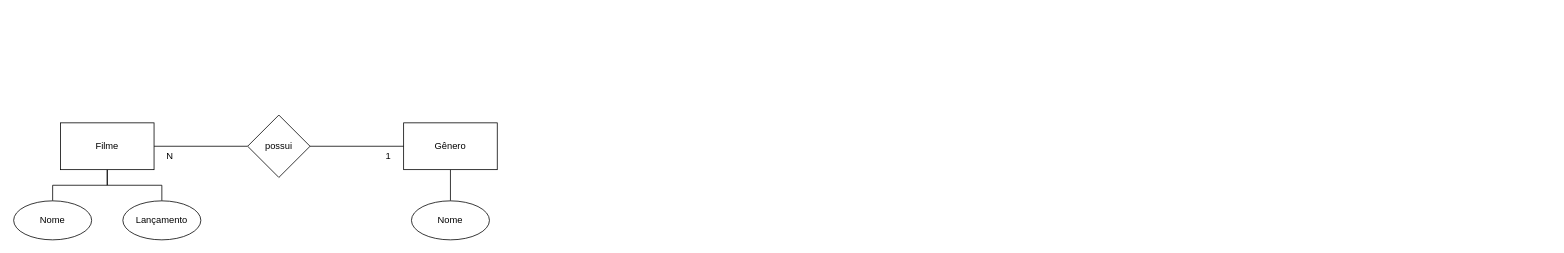
The draw.io diagram page "00" (1 of 7) of ex.drawio in gsampaiowz/senai_sem2, before the edit. Source tidied: cells renumbered, new cells numbered last; positions are measured from the earlier drawing's top-left corner, leaving out a move shared by most shapes. Both pictures are drawn from the tidied source at 78%, with x=0, y=0 at pixel (13, 115).
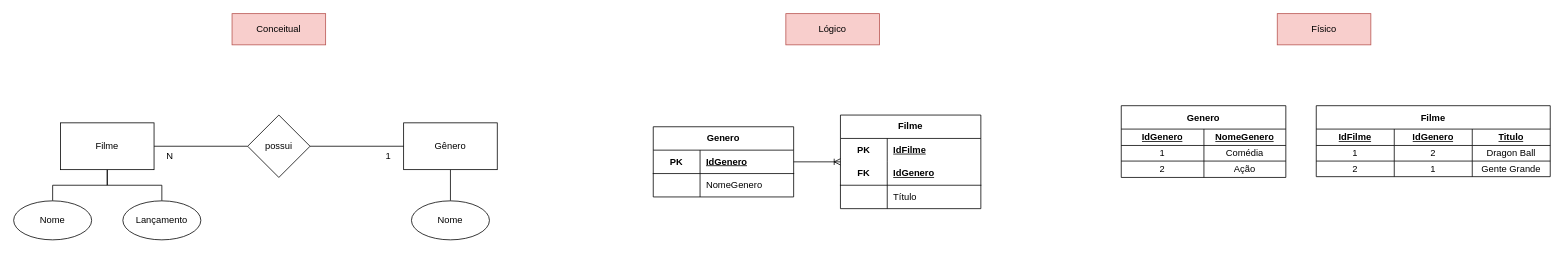
The same page after the edit.

The edit, as a diff of the source:
```diff
@@
+    <mxCell id="15" value="Conceitual" style="whiteSpace=wrap;html=1;fillColor=#f8cecc;strokeColor=#b85450;" parent="1" vertex="1">
+      <mxGeometry x="280" y="-130" width="120" height="40" as="geometry" />
+    </mxCell>
+    <mxCell id="16" value="Lógico" style="whiteSpace=wrap;html=1;fillColor=#f8cecc;strokeColor=#b85450;" parent="1" vertex="1">
+      <mxGeometry x="990" y="-130" width="120" height="40" as="geometry" />
+    </mxCell>
+    <mxCell id="17" value="Filme" style="shape=table;startSize=30;childLayout=tableLayout;rowLines=0;fontStyle=1;align=center;html=1;whiteSpace=wrap;" parent="1" vertex="1">
+      <mxGeometry x="1060" width="180" height="120" as="geometry" />
+    </mxCell>
+    <mxCell id="18" style="shape=tableRow;horizontal=0;startSize=0;swimlaneHead=0;swimlaneBody=0;fillColor=none;top=0;left=0;right=0;bottom=0;html=1;" parent="17" vertex="1">
+      <mxGeometry y="30" width="180" height="30" as="geometry" />
+    </mxCell>
+    <mxCell id="19" value="PK" style="shape=partialRectangle;fillColor=none;top=0;left=0;bottom=0;right=0;fontStyle=1;overflow=hidden;html=1;whiteSpace=wrap;" parent="18" vertex="1">
+      <mxGeometry width="60" height="30" as="geometry" />
+    </mxCell>
+    <mxCell id="20" value="IdFilme" style="shape=partialRectangle;fillColor=none;top=0;left=0;bottom=0;right=0;align=left;spacingLeft=6;fontStyle=5;overflow=hidden;html=1;whiteSpace=wrap;" parent="18" vertex="1">
+      <mxGeometry x="60" width="120" height="30" as="geometry" />
+    </mxCell>
+    <mxCell id="21" style="shape=tableRow;horizontal=0;startSize=0;swimlaneHead=0;swimlaneBody=0;fillColor=none;top=0;left=0;right=0;bottom=1;html=1;" parent="17" vertex="1">
+      <mxGeometry y="60" width="180" height="30" as="geometry" />
+    </mxCell>
+    <mxCell id="22" value="FK" style="shape=partialRectangle;fillColor=none;top=0;left=0;bottom=0;right=0;fontStyle=1;overflow=hidden;html=1;whiteSpace=wrap;" parent="21" vertex="1">
+      <mxGeometry width="60" height="30" as="geometry" />
+    </mxCell>
+    <mxCell id="23" value="IdGenero" style="shape=partialRectangle;fillColor=none;top=0;left=0;bottom=0;right=0;align=left;spacingLeft=6;fontStyle=5;overflow=hidden;html=1;whiteSpace=wrap;" parent="21" vertex="1">
+      <mxGeometry x="60" width="120" height="30" as="geometry" />
+    </mxCell>
+    <mxCell id="24" style="shape=tableRow;horizontal=0;startSize=0;swimlaneHead=0;swimlaneBody=0;fillColor=none;top=0;left=0;right=0;bottom=0;html=1;" parent="17" vertex="1">
+      <mxGeometry y="90" width="180" height="30" as="geometry" />
+    </mxCell>
+    <mxCell id="25" style="shape=partialRectangle;fillColor=none;top=0;left=0;bottom=0;right=0;overflow=hidden;html=1;whiteSpace=wrap;" parent="24" vertex="1">
+      <mxGeometry width="60" height="30" as="geometry" />
+    </mxCell>
+    <mxCell id="26" value="Título" style="shape=partialRectangle;fillColor=none;top=0;left=0;bottom=0;right=0;align=left;spacingLeft=6;overflow=hidden;html=1;whiteSpace=wrap;" parent="24" vertex="1">
+      <mxGeometry x="60" width="120" height="30" as="geometry" />
+    </mxCell>
+    <mxCell id="27" style="edgeStyle=entityRelationEdgeStyle;fontSize=12;html=1;endArrow=ERoneToMany;rounded=0;" parent="1" edge="1" source="28" target="17">
+      <mxGeometry relative="1" as="geometry" />
+    </mxCell>
+    <mxCell id="28" value="Genero" style="shape=table;startSize=30;childLayout=tableLayout;rowLines=0;fontStyle=1;align=center;html=1;whiteSpace=wrap;" parent="1" vertex="1">
+      <mxGeometry x="820" y="15" width="180" height="90" as="geometry" />
+    </mxCell>
+    <mxCell id="29" style="shape=tableRow;horizontal=0;startSize=0;swimlaneHead=0;swimlaneBody=0;fillColor=none;top=0;left=0;right=0;bottom=1;html=1;" parent="28" vertex="1">
+      <mxGeometry y="30" width="180" height="30" as="geometry" />
+    </mxCell>
+    <mxCell id="30" value="PK" style="shape=partialRectangle;fillColor=none;top=0;left=0;bottom=0;right=0;fontStyle=1;overflow=hidden;html=1;whiteSpace=wrap;" parent="29" vertex="1">
+      <mxGeometry width="60" height="30" as="geometry" />
+    </mxCell>
+    <mxCell id="31" value="IdGenero" style="shape=partialRectangle;fillColor=none;top=0;left=0;bottom=0;right=0;align=left;spacingLeft=6;fontStyle=5;overflow=hidden;html=1;whiteSpace=wrap;" parent="29" vertex="1">
+      <mxGeometry x="60" width="120" height="30" as="geometry" />
+    </mxCell>
+    <mxCell id="32" style="shape=tableRow;horizontal=0;startSize=0;swimlaneHead=0;swimlaneBody=0;fillColor=none;top=0;left=0;right=0;bottom=0;html=1;" parent="28" vertex="1">
+      <mxGeometry y="60" width="180" height="30" as="geometry" />
+    </mxCell>
+    <mxCell id="33" style="shape=partialRectangle;fillColor=none;top=0;left=0;bottom=0;right=0;overflow=hidden;html=1;whiteSpace=wrap;" parent="32" vertex="1">
+      <mxGeometry width="60" height="30" as="geometry" />
+    </mxCell>
+    <mxCell id="34" value="NomeGenero" style="shape=partialRectangle;fillColor=none;top=0;left=0;bottom=0;right=0;align=left;spacingLeft=6;overflow=hidden;html=1;whiteSpace=wrap;" parent="32" vertex="1">
+      <mxGeometry x="60" width="120" height="30" as="geometry" />
+    </mxCell>
+    <mxCell id="35" value="Físico" style="whiteSpace=wrap;html=1;fillColor=#f8cecc;strokeColor=#b85450;" parent="1" vertex="1">
+      <mxGeometry x="1620" y="-130" width="120" height="40" as="geometry" />
+    </mxCell>
+    <mxCell id="36" value="Genero" style="shape=table;startSize=30;childLayout=tableLayout;fontStyle=1;" parent="1" vertex="1">
+      <mxGeometry x="1420" y="-12" width="211" height="92" as="geometry" />
+    </mxCell>
+    <mxCell id="37" style="shape=tableRow;horizontal=0;startSize=0;swimlaneHead=0;swimlaneBody=0;strokeColor=inherit;top=0;left=0;bottom=0;right=0;fillColor=none;" parent="36" vertex="1">
+      <mxGeometry y="30" width="211" height="21" as="geometry" />
+    </mxCell>
+    <mxCell id="38" value="IdGenero" style="shape=partialRectangle;html=1;whiteSpace=wrap;strokeColor=inherit;overflow=hidden;fillColor=none;top=0;left=0;bottom=0;right=0;fontStyle=5;align=center;" parent="37" vertex="1">
+      <mxGeometry width="106" height="21" as="geometry" />
+    </mxCell>
+    <mxCell id="39" value="NomeGenero" style="shape=partialRectangle;html=1;whiteSpace=wrap;strokeColor=inherit;overflow=hidden;fillColor=none;top=0;left=0;bottom=0;right=0;fontStyle=5;align=center;" parent="37" vertex="1">
+      <mxGeometry x="106" width="105" height="21" as="geometry" />
+    </mxCell>
+    <mxCell id="40" style="shape=tableRow;horizontal=0;startSize=0;swimlaneHead=0;swimlaneBody=0;strokeColor=inherit;top=0;left=0;bottom=0;right=0;fillColor=none;" parent="36" vertex="1">
+      <mxGeometry y="51" width="211" height="20" as="geometry" />
+    </mxCell>
+    <mxCell id="41" value="1" style="shape=partialRectangle;html=1;whiteSpace=wrap;strokeColor=inherit;overflow=hidden;fillColor=none;top=0;left=0;bottom=0;right=0;" parent="40" vertex="1">
+      <mxGeometry width="106" height="20" as="geometry" />
+    </mxCell>
+    <mxCell id="42" value="Comédia" style="shape=partialRectangle;html=1;whiteSpace=wrap;strokeColor=inherit;overflow=hidden;fillColor=none;top=0;left=0;bottom=0;right=0;" parent="40" vertex="1">
+      <mxGeometry x="106" width="105" height="20" as="geometry" />
+    </mxCell>
+    <mxCell id="43" style="shape=tableRow;horizontal=0;startSize=0;swimlaneHead=0;swimlaneBody=0;strokeColor=inherit;top=0;left=0;bottom=0;right=0;fillColor=none;" parent="36" vertex="1">
+      <mxGeometry y="71" width="211" height="21" as="geometry" />
+    </mxCell>
+    <mxCell id="44" value="2" style="shape=partialRectangle;html=1;whiteSpace=wrap;strokeColor=inherit;overflow=hidden;fillColor=none;top=0;left=0;bottom=0;right=0;" parent="43" vertex="1">
+      <mxGeometry width="106" height="21" as="geometry" />
+    </mxCell>
+    <mxCell id="45" value="Ação" style="shape=partialRectangle;html=1;whiteSpace=wrap;strokeColor=inherit;overflow=hidden;fillColor=none;top=0;left=0;bottom=0;right=0;" parent="43" vertex="1">
+      <mxGeometry x="106" width="105" height="21" as="geometry" />
+    </mxCell>
+    <mxCell id="46" value="Filme" style="shape=table;startSize=30;childLayout=tableLayout;fontStyle=1;" parent="1" vertex="1">
+      <mxGeometry x="1670" y="-12" width="300" height="91" as="geometry" />
+    </mxCell>
+    <mxCell id="47" style="shape=tableRow;horizontal=0;startSize=0;swimlaneHead=0;swimlaneBody=0;strokeColor=inherit;top=0;left=0;bottom=0;right=0;fillColor=none;fontStyle=4;" parent="46" vertex="1">
+      <mxGeometry y="30" width="300" height="21" as="geometry" />
+    </mxCell>
+    <mxCell id="48" value="IdFilme" style="shape=partialRectangle;html=1;whiteSpace=wrap;strokeColor=inherit;overflow=hidden;fillColor=none;top=0;left=0;bottom=0;right=0;fontStyle=5;align=center;" parent="47" vertex="1">
+      <mxGeometry width="100" height="21" as="geometry" />
+    </mxCell>
+    <mxCell id="49" value="IdGenero" style="shape=partialRectangle;html=1;whiteSpace=wrap;strokeColor=inherit;overflow=hidden;fillColor=none;top=0;left=0;bottom=0;right=0;fontStyle=5;align=center;" parent="47" vertex="1">
+      <mxGeometry x="100" width="100" height="21" as="geometry" />
+    </mxCell>
+    <mxCell id="50" value="Titulo" style="shape=partialRectangle;html=1;whiteSpace=wrap;strokeColor=inherit;overflow=hidden;fillColor=none;top=0;left=0;bottom=0;right=0;fontStyle=5;align=center;" parent="47" vertex="1">
+      <mxGeometry x="200" width="100" height="21" as="geometry" />
+    </mxCell>
+    <mxCell id="51" style="shape=tableRow;horizontal=0;startSize=0;swimlaneHead=0;swimlaneBody=0;strokeColor=inherit;top=0;left=0;bottom=0;right=0;fillColor=none;" parent="46" vertex="1">
+      <mxGeometry y="51" width="300" height="20" as="geometry" />
+    </mxCell>
+    <mxCell id="52" value="1" style="shape=partialRectangle;html=1;whiteSpace=wrap;strokeColor=inherit;overflow=hidden;fillColor=none;top=0;left=0;bottom=0;right=0;" parent="51" vertex="1">
+      <mxGeometry width="100" height="20" as="geometry" />
+    </mxCell>
+    <mxCell id="53" value="2" style="shape=partialRectangle;html=1;whiteSpace=wrap;strokeColor=inherit;overflow=hidden;fillColor=none;top=0;left=0;bottom=0;right=0;" parent="51" vertex="1">
+      <mxGeometry x="100" width="100" height="20" as="geometry" />
+    </mxCell>
+    <mxCell id="54" value="Dragon Ball" style="shape=partialRectangle;html=1;whiteSpace=wrap;strokeColor=inherit;overflow=hidden;fillColor=none;top=0;left=0;bottom=0;right=0;" parent="51" vertex="1">
+      <mxGeometry x="200" width="100" height="20" as="geometry" />
+    </mxCell>
+    <mxCell id="55" style="shape=tableRow;horizontal=0;startSize=0;swimlaneHead=0;swimlaneBody=0;strokeColor=inherit;top=0;left=0;bottom=0;right=0;fillColor=none;" parent="46" vertex="1">
+      <mxGeometry y="71" width="300" height="20" as="geometry" />
+    </mxCell>
+    <mxCell id="56" value="2" style="shape=partialRectangle;html=1;whiteSpace=wrap;strokeColor=inherit;overflow=hidden;fillColor=none;top=0;left=0;bottom=0;right=0;" parent="55" vertex="1">
+      <mxGeometry width="100" height="20" as="geometry" />
+    </mxCell>
+    <mxCell id="57" value="1" style="shape=partialRectangle;html=1;whiteSpace=wrap;strokeColor=inherit;overflow=hidden;fillColor=none;top=0;left=0;bottom=0;right=0;" parent="55" vertex="1">
+      <mxGeometry x="100" width="100" height="20" as="geometry" />
+    </mxCell>
+    <mxCell id="58" value="Gente Grande" style="shape=partialRectangle;html=1;whiteSpace=wrap;strokeColor=inherit;overflow=hidden;fillColor=none;top=0;left=0;bottom=0;right=0;" parent="55" vertex="1">
+      <mxGeometry x="200" width="100" height="20" as="geometry" />
+    </mxCell>
```
